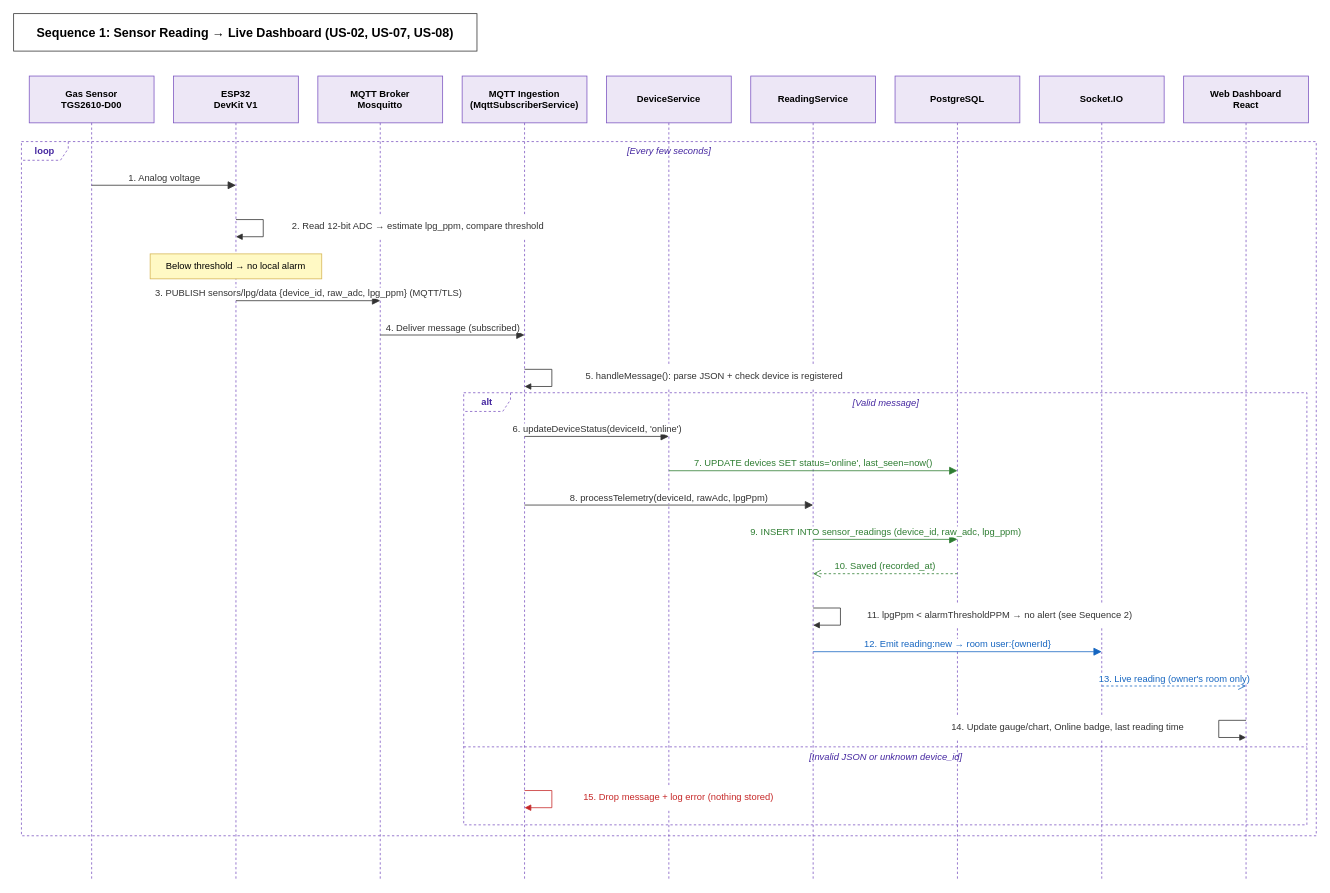
Earlier version of the draw.io diagram docs/diagrams/seq-1-sensor-reading.drawio (abdularhman2341/air-quality-monitoring-system). Source tidied: cells renumbered, new cells numbered last; positions are measured from the earlier drawing's top-left corner, leaving out a move shared by most shapes. Both pictures are drawn from the tidied source at 78%, with x=0, y=0 at pixel (13, 13).
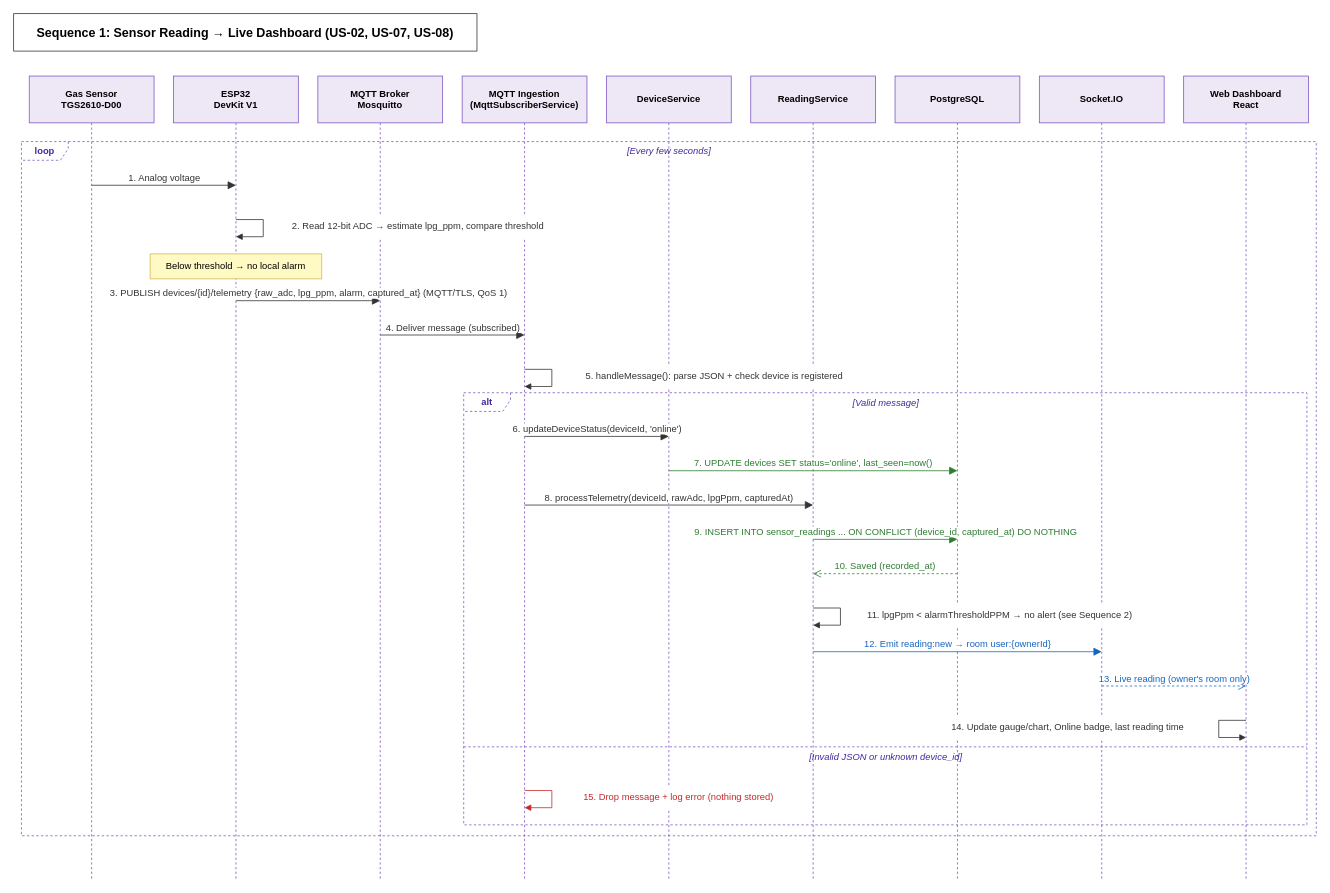
The same page after the edit.

Change to the diagram source:
```diff
@@
-    <mxCell id="16" value="3. PUBLISH sensors/lpg/data {device_id, raw_adc, lpg_ppm} (MQTT/TLS)" style="fontFamily=Helvetica;html=1;verticalAlign=bottom;labelBackgroundColor=#FFFFFF;fontSize=12;strokeColor=#333333;fontColor=#333333;endSize=8;endArrow=block;endFill=1;" parent="1" edge="1">
+    <mxCell id="16" value="3. PUBLISH devices/{id}/telemetry {raw_adc, lpg_ppm, alarm, captured_at} (MQTT/TLS, QoS 1)" style="fontFamily=Helvetica;html=1;verticalAlign=bottom;labelBackgroundColor=#FFFFFF;fontSize=12;strokeColor=#333333;fontColor=#333333;endSize=8;endArrow=block;endFill=1;" parent="1" edge="1">
       <mxGeometry relative="1" as="geometry">
         <mxPoint x="285" y="368" as="sourcePoint" />
         <mxPoint x="470" y="368" as="targetPoint" />
       </mxGeometry>
     </mxCell>
@@
-    <mxCell id="22" value="8. processTelemetry(deviceId, rawAdc, lpgPpm)" style="fontFamily=Helvetica;html=1;verticalAlign=bottom;labelBackgroundColor=#FFFFFF;fontSize=12;strokeColor=#333333;fontColor=#333333;endSize=8;endArrow=block;endFill=1;" parent="1" edge="1">
+    <mxCell id="22" value="8. processTelemetry(deviceId, rawAdc, lpgPpm, capturedAt)" style="fontFamily=Helvetica;html=1;verticalAlign=bottom;labelBackgroundColor=#FFFFFF;fontSize=12;strokeColor=#333333;fontColor=#333333;endSize=8;endArrow=block;endFill=1;" parent="1" edge="1">
       <mxGeometry relative="1" as="geometry">
         <mxPoint x="655" y="630" as="sourcePoint" />
         <mxPoint x="1025" y="630" as="targetPoint" />
       </mxGeometry>
     </mxCell>
-    <mxCell id="23" value="9. INSERT INTO sensor_readings (device_id, raw_adc, lpg_ppm)" style="fontFamily=Helvetica;html=1;verticalAlign=bottom;labelBackgroundColor=#FFFFFF;fontSize=12;strokeColor=#2E7D32;fontColor=#2E7D32;endSize=8;endArrow=block;endFill=1;" parent="1" edge="1">
+    <mxCell id="23" value="9. INSERT INTO sensor_readings ... ON CONFLICT (device_id, captured_at) DO NOTHING" style="fontFamily=Helvetica;html=1;verticalAlign=bottom;labelBackgroundColor=#FFFFFF;fontSize=12;strokeColor=#2E7D32;fontColor=#2E7D32;endSize=8;endArrow=block;endFill=1;" parent="1" edge="1">
       <mxGeometry relative="1" as="geometry">
         <mxPoint x="1025" y="674" as="sourcePoint" />
         <mxPoint x="1210" y="674" as="targetPoint" />
       </mxGeometry>
     </mxCell>
```
